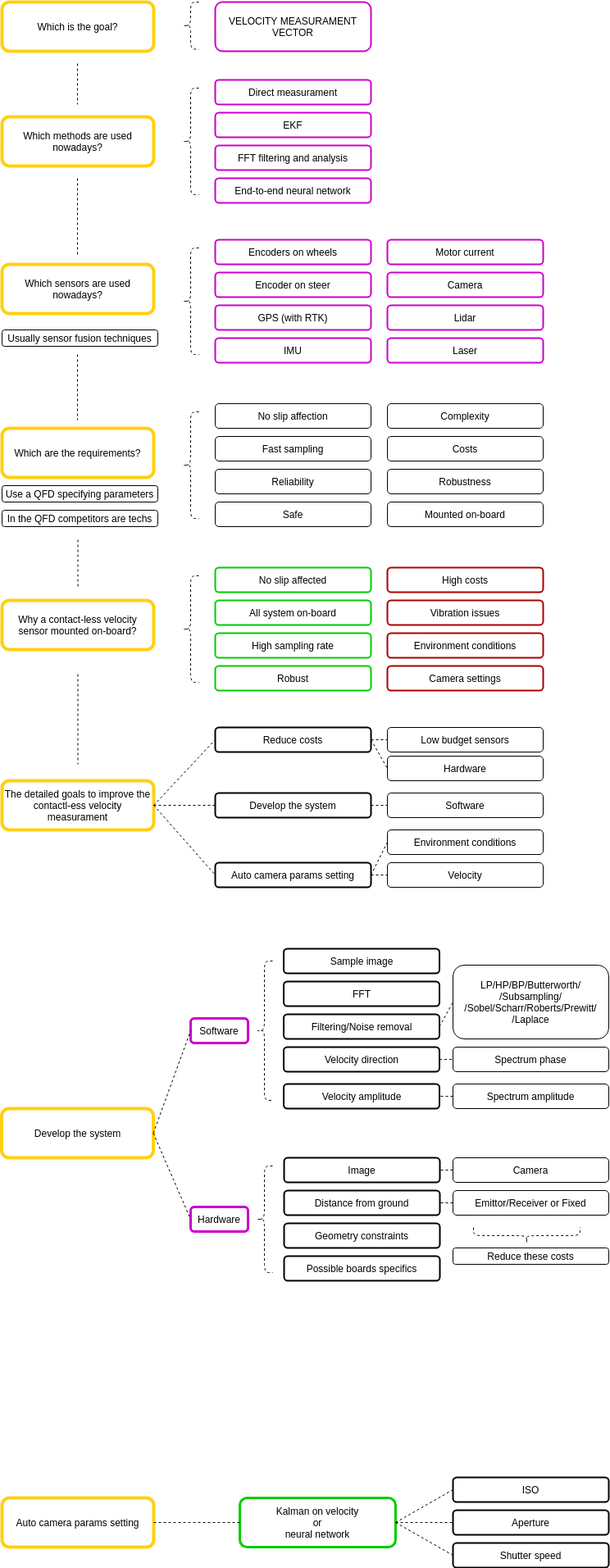
Above: flow.png in MatteoSpadetto/race_dv_velocity (draw.io), before the change. Source tidied: cells renumbered, new cells last; positions are measured from the earlier drawing's top-left corner, leaving out a move shared by most shapes.
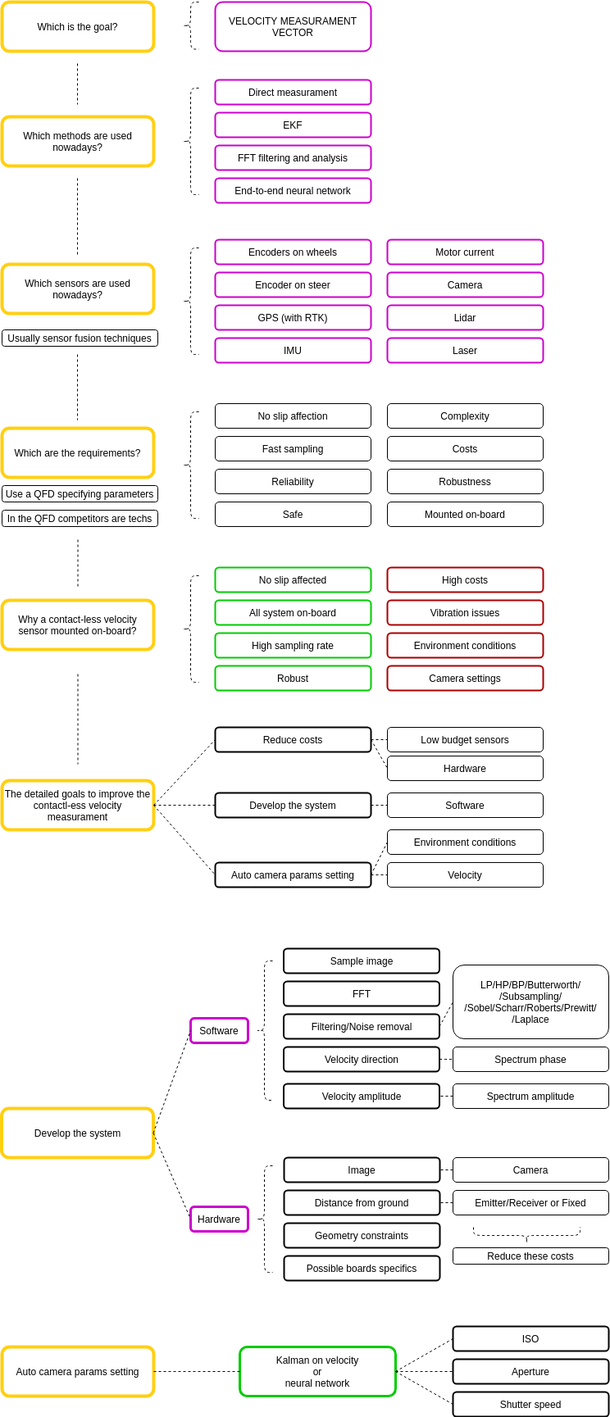
The same diagram one commit later.

The edit, as a diff of the source:
```diff
@@ -254,7 +254,7 @@
     <mxCell id="85" value="Camera&lt;span style=&quot;color: rgba(0 , 0 , 0 , 0) ; font-family: monospace ; font-size: 0px&quot;&gt;%3CmxGraphModel%3E%3Croot%3E%3CmxCell%20id%3D%220%22%2F%3E%3CmxCell%20id%3D%221%22%20parent%3D%220%22%2F%3E%3CmxCell%20id%3D%222%22%20value%3D%22Image%22%20style%3D%22whiteSpace%3Dwrap%3Bhtml%3D1%3Brounded%3D1%3B%22%20vertex%3D%221%22%20parent%3D%221%22%3E%3CmxGeometry%20x%3D%22414%22%20y%3D%221480%22%20width%3D%22190%22%20height%3D%2230%22%20as%3D%22geometry%22%2F%3E%3C%2FmxCell%3E%3C%2Froot%3E%3C%2FmxGraphModel%3E&lt;/span&gt;" style="whiteSpace=wrap;html=1;rounded=1;" parent="1" vertex="1">
       <mxGeometry x="550" y="1410" width="190" height="30" as="geometry" />
     </mxCell>
-    <mxCell id="86" value="Emittor/Receiver or Fixed" style="whiteSpace=wrap;html=1;rounded=1;" parent="1" vertex="1">
+    <mxCell id="86" value="Emitter/Receiver or Fixed" style="whiteSpace=wrap;html=1;rounded=1;" parent="1" vertex="1">
       <mxGeometry x="550" y="1450" width="190" height="30" as="geometry" />
     </mxCell>
     <mxCell id="87" value="Geometry constraints" style="whiteSpace=wrap;html=1;rounded=1;strokeWidth=2;" parent="1" vertex="1">
@@ -279,19 +279,19 @@
       <mxGeometry x="550" y="1520" width="190" height="20" as="geometry" />
     </mxCell>
     <mxCell id="94" value="Auto camera params setting" style="whiteSpace=wrap;html=1;rounded=1;strokeWidth=4;strokeColor=#FFD012;" parent="1" vertex="1">
-      <mxGeometry y="1825" width="185" height="60" as="geometry" />
+      <mxGeometry y="1641" width="185" height="60" as="geometry" />
     </mxCell>
     <mxCell id="95" value="ISO" style="whiteSpace=wrap;html=1;rounded=1;strokeWidth=2;" parent="1" vertex="1">
-      <mxGeometry x="550" y="1800" width="190" height="30" as="geometry" />
+      <mxGeometry x="550" y="1616" width="190" height="30" as="geometry" />
     </mxCell>
     <mxCell id="96" value="Aperture" style="whiteSpace=wrap;html=1;rounded=1;strokeWidth=2;" parent="1" vertex="1">
-      <mxGeometry x="550" y="1840" width="190" height="30" as="geometry" />
+      <mxGeometry x="550" y="1656" width="190" height="30" as="geometry" />
     </mxCell>
     <mxCell id="97" value="Shutter speed" style="whiteSpace=wrap;html=1;rounded=1;strokeWidth=2;" parent="1" vertex="1">
-      <mxGeometry x="550" y="1880" width="190" height="30" as="geometry" />
+      <mxGeometry x="550" y="1696" width="190" height="30" as="geometry" />
     </mxCell>
     <mxCell id="98" value="Kalman on velocity&lt;br&gt;or&lt;br&gt;neural network" style="whiteSpace=wrap;html=1;rounded=1;strokeWidth=3;strokeColor=#00CC00;" parent="1" vertex="1">
-      <mxGeometry x="290" y="1825" width="190" height="60" as="geometry" />
+      <mxGeometry x="290" y="1641" width="190" height="60" as="geometry" />
     </mxCell>
     <mxCell id="99" style="endArrow=none;dashed=1;html=1;exitX=1;exitY=0.5;exitDx=0;exitDy=0;entryX=0;entryY=0.5;entryDx=0;entryDy=0;strokeColor=#000000;" parent="1" edge="1" source="94" target="98">
       <mxGeometry relative="1" as="geometry" />
```
